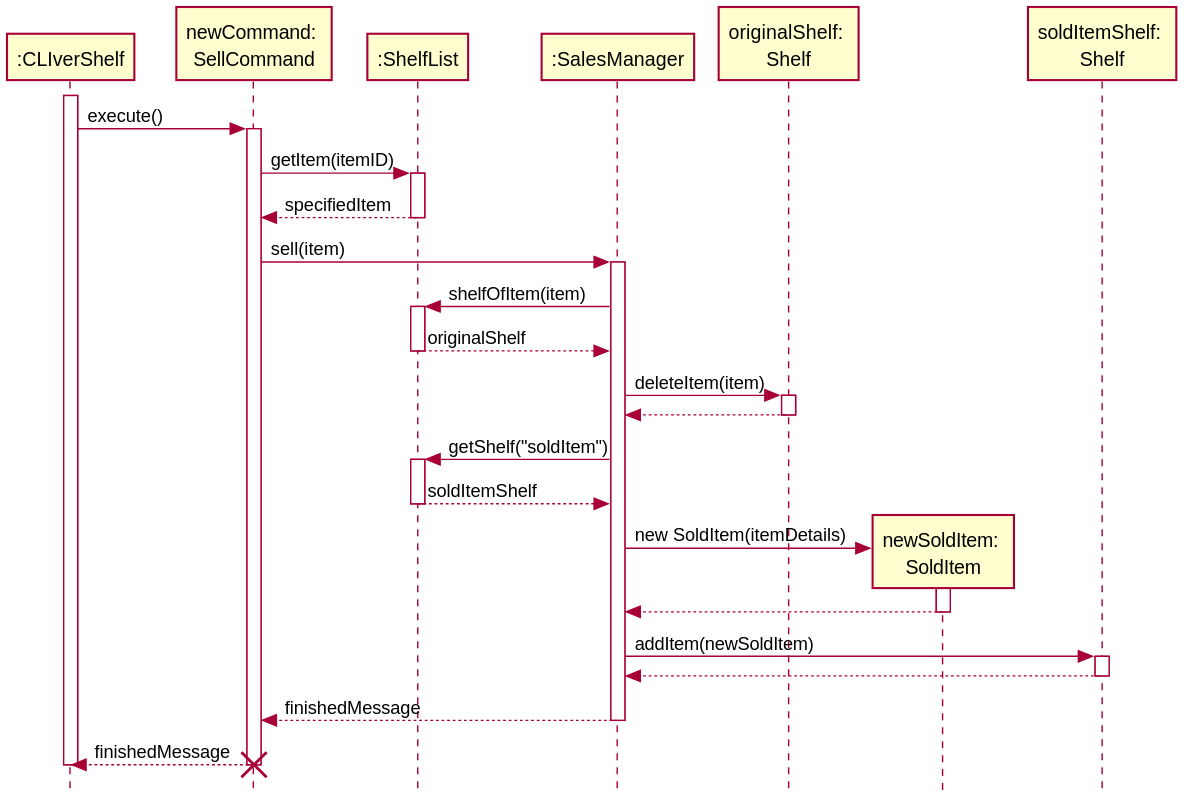
zh1huang/tp keeps this PlantUML diagram as docs/diagrams/Implementation_SellItems.svg. Above is the earlier version.
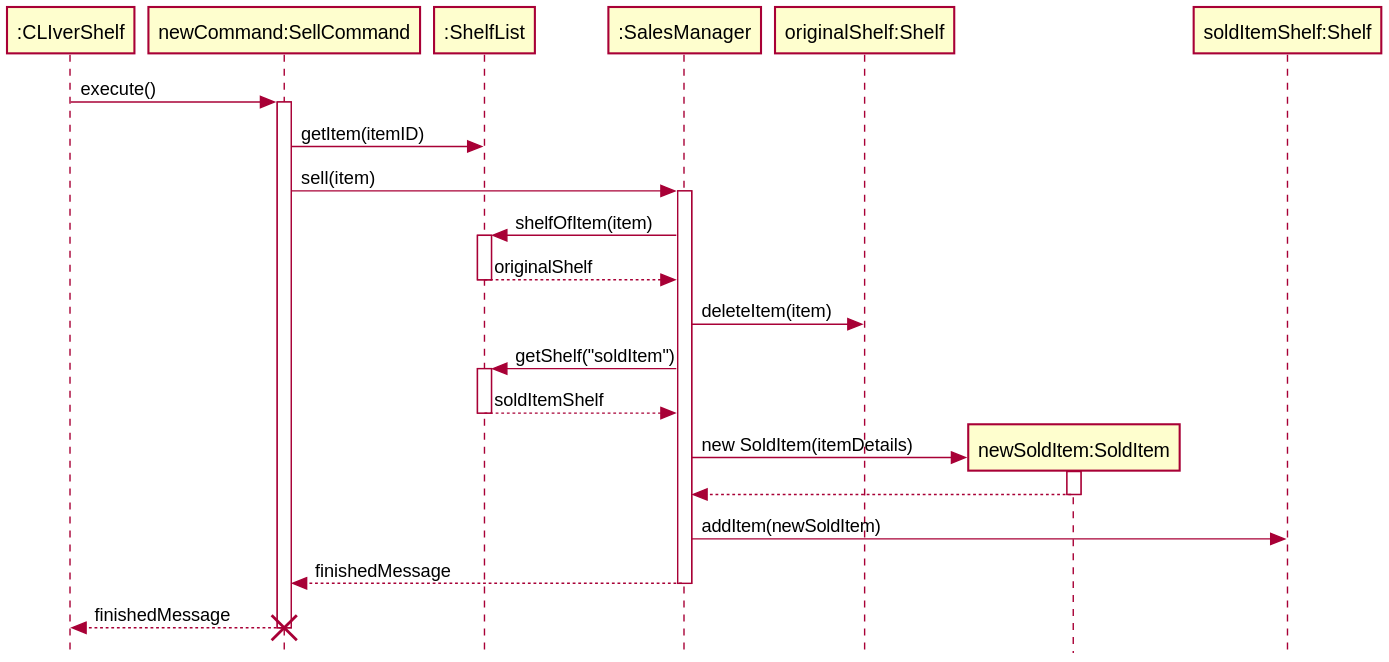
After the commit.

The edit, as a diff of the source:
```diff
@@ -3,22 +3,18 @@
 
 participant ":CLIverShelf" as Main
 
-participant "newCommand: \nSellCommand" as Command
+participant "newCommand:SellCommand" as Command
 participant ":ShelfList" as ShelfList
 participant ":SalesManager" as SalesManager
-participant "originalShelf: \nShelf" as OriginalShelf
-participant "newSoldItem: \nSoldItem" as SoldItem
-participant "soldItemShelf: \nShelf" as SoldItemShelf
+participant "originalShelf:Shelf" as OriginalShelf
+participant "newSoldItem:SoldItem" as SoldItem
+participant "soldItemShelf:Shelf" as SoldItemShelf
 
 
-activate Main
 
 Main -> Command: execute()
 activate Command
 Command -> ShelfList: getItem(itemID)
-activate ShelfList
-ShelfList --> Command: specifiedItem
-deactivate ShelfList
 Command -> SalesManager: sell(item)
 activate SalesManager
 SalesManager -> ShelfList: shelfOfItem(item)
@@ -26,9 +22,6 @@
 ShelfList --> SalesManager: originalShelf
 deactivate ShelfList
 SalesManager -> OriginalShelf: deleteItem(item)
-activate OriginalShelf
-OriginalShelf --> SalesManager
-deactivate OriginalShelf
 SalesManager -> ShelfList: getShelf("soldItem")
 activate ShelfList
 ShelfList --> SalesManager: soldItemShelf
@@ -38,15 +31,11 @@
 SoldItem --> SalesManager
 deactivate SoldItem
 SalesManager -> SoldItemShelf: addItem(newSoldItem)
-activate SoldItemShelf
-SoldItemShelf --> SalesManager
-deactivate SoldItemShelf
 SalesManager --> Command: finishedMessage
 deactivate SalesManager
 
 Command --> Main: finishedMessage
 deactivate Command
-deactivate Main
 destroy Command
 
 
```
